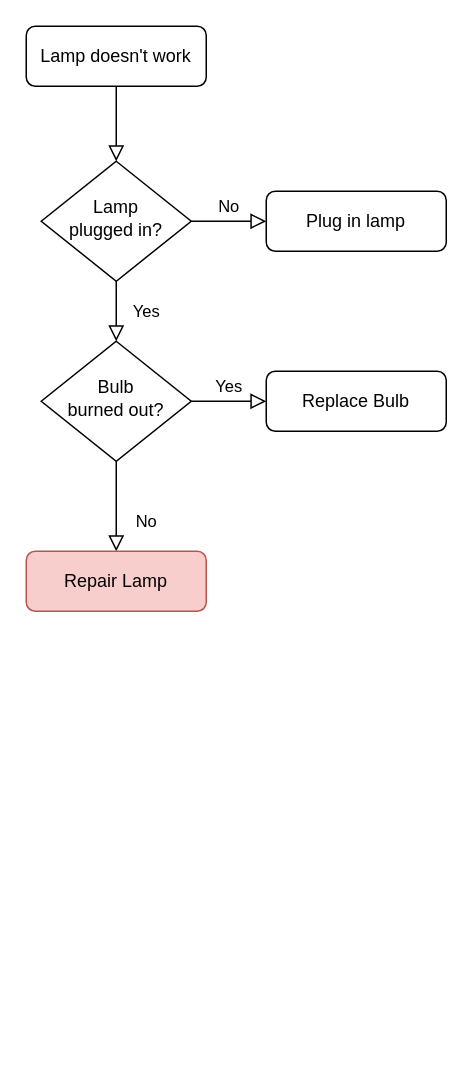
Earlier version of the draw.io diagram Untitled Diagram.drawio (lpenhallowHome/rsa2019). Source tidied: cells renumbered, new cells numbered last; positions are measured from the earlier drawing's top-left corner, leaving out a move shared by most shapes. Both pictures are drawn from the tidied source at 150%, with x=0, y=0 at pixel (26, 26).
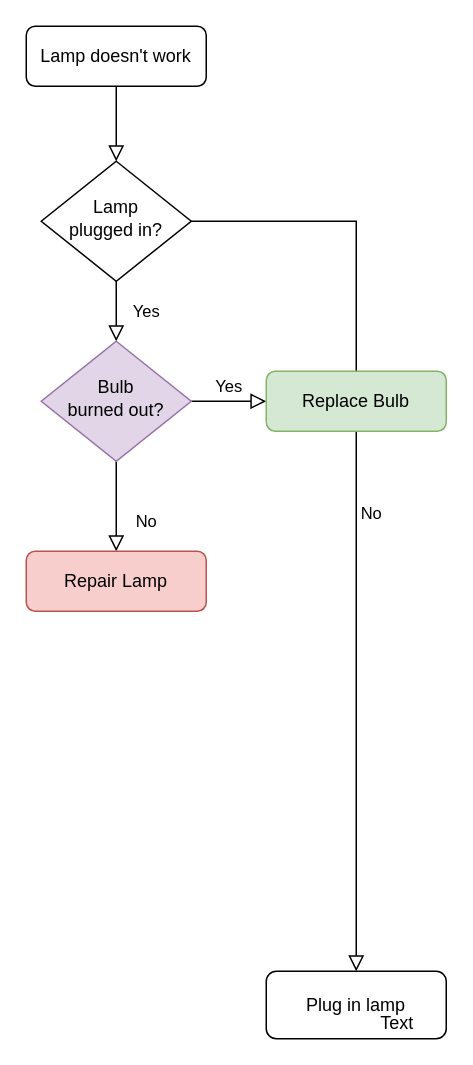
Above is the later version.

Diff of the diagram source:
```diff
@@
 <mxGraphModel>
   <root>
     <mxCell id="0" />
     <mxCell id="1" parent="0" />
     <mxCell id="2" style="rounded=0;html=1;jettySize=auto;fontSize=11;endArrow=block;endFill=0;endSize=8;strokeWidth=1;shadow=0;labelBackgroundColor=none;edgeStyle=orthogonalEdgeStyle;" parent="1" edge="1" source="3" target="6">
       <mxGeometry relative="1" as="geometry" />
     </mxCell>
     <mxCell id="3" value="Lamp doesn't work" style="rounded=1;whiteSpace=wrap;html=1;fontSize=12;glass=0;strokeWidth=1;shadow=0;" parent="1" vertex="1">
       <mxGeometry width="120" height="40" as="geometry" />
     </mxCell>
     <mxCell id="4" value="Yes" style="rounded=0;html=1;jettySize=auto;fontSize=11;endArrow=block;endFill=0;endSize=8;strokeWidth=1;shadow=0;labelBackgroundColor=none;edgeStyle=orthogonalEdgeStyle;" parent="1" edge="1" source="6" target="10">
       <mxGeometry y="20" relative="1" as="geometry" />
     </mxCell>
     <mxCell id="5" value="No" style="edgeStyle=orthogonalEdgeStyle;rounded=0;html=1;jettySize=auto;fontSize=11;endArrow=block;endFill=0;endSize=8;strokeWidth=1;shadow=0;labelBackgroundColor=none;" parent="1" edge="1" source="6" target="7">
       <mxGeometry y="10" relative="1" as="geometry" />
     </mxCell>
     <mxCell id="6" value="Lamp&lt;br&gt;plugged in?" style="rhombus;whiteSpace=wrap;html=1;shadow=0;fontFamily=Helvetica;fontSize=12;align=center;strokeWidth=1;spacing=6;spacingTop=-4;" parent="1" vertex="1">
       <mxGeometry x="10" y="90" width="100" height="80" as="geometry" />
     </mxCell>
     <mxCell id="7" value="Plug in lamp" style="rounded=1;whiteSpace=wrap;html=1;fontSize=12;glass=0;strokeWidth=1;shadow=0;" parent="1" vertex="1">
-      <mxGeometry x="160" y="110" width="120" height="40" as="geometry" />
+      <mxGeometry x="160" y="630" width="120" height="45" as="geometry" />
     </mxCell>
+    <mxCell id="13" value="Text" style="text;html=1;align=center;verticalAlign=middle;" parent="7" vertex="1">
+      <mxGeometry x="67" y="25" width="40" height="20" as="geometry" />
+    </mxCell>
     <mxCell id="8" value="No" style="rounded=0;html=1;jettySize=auto;fontSize=11;endArrow=block;endFill=0;endSize=8;strokeWidth=1;shadow=0;labelBackgroundColor=none;edgeStyle=orthogonalEdgeStyle;" parent="1" edge="1" source="10" target="11">
       <mxGeometry x="0.33" y="20" relative="1" as="geometry" />
     </mxCell>
     <mxCell id="9" value="Yes" style="edgeStyle=orthogonalEdgeStyle;rounded=0;html=1;jettySize=auto;fontSize=11;endArrow=block;endFill=0;endSize=8;strokeWidth=1;shadow=0;labelBackgroundColor=none;" parent="1" edge="1" source="10" target="12">
       <mxGeometry y="10" relative="1" as="geometry" />
     </mxCell>
-    <mxCell id="10" value="Bulb&lt;br&gt;burned out?" style="rhombus;whiteSpace=wrap;html=1;shadow=0;fontFamily=Helvetica;fontSize=12;align=center;strokeWidth=1;spacing=6;spacingTop=-4;" parent="1" vertex="1">
+    <mxCell id="10" value="Bulb&lt;br&gt;burned out?" style="rhombus;whiteSpace=wrap;html=1;shadow=0;fontFamily=Helvetica;fontSize=12;align=center;strokeWidth=1;spacing=6;spacingTop=-4;fillColor=#e1d5e7;strokeColor=#9673a6;" parent="1" vertex="1">
       <mxGeometry x="10" y="210" width="100" height="80" as="geometry" />
     </mxCell>
     <mxCell id="11" value="Repair Lamp" style="rounded=1;whiteSpace=wrap;html=1;fontSize=12;glass=0;strokeWidth=1;shadow=0;fillColor=#f8cecc;strokeColor=#b85450;" parent="1" vertex="1">
       <mxGeometry y="350" width="120" height="40" as="geometry" />
     </mxCell>
-    <mxCell id="12" value="Replace Bulb" style="rounded=1;whiteSpace=wrap;html=1;fontSize=12;glass=0;strokeWidth=1;shadow=0;" parent="1" vertex="1">
+    <mxCell id="12" value="Replace Bulb" style="rounded=1;whiteSpace=wrap;html=1;fontSize=12;glass=0;strokeWidth=1;shadow=0;fillColor=#d5e8d4;strokeColor=#82b366;" parent="1" vertex="1">
       <mxGeometry x="160" y="230" width="120" height="40" as="geometry" />
     </mxCell>
   </root>
 </mxGraphModel>
```
